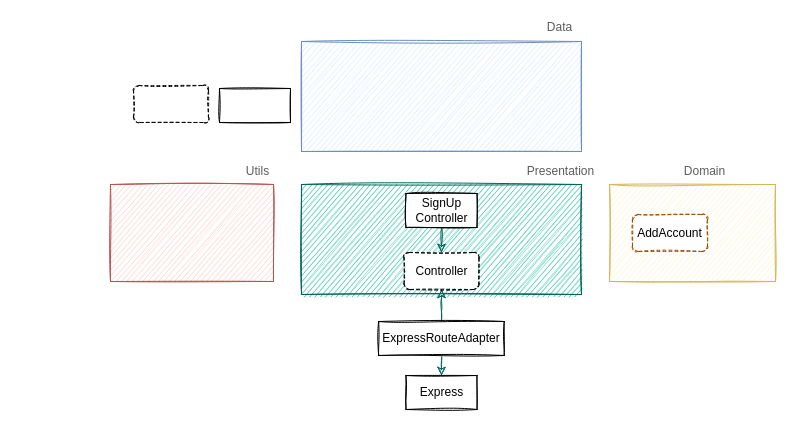
The draw.io diagram Untitled Diagram.drawio in alioshr/Alioshr, before the edit. Source tidied: cells renumbered, new cells numbered last; positions are measured from the earlier drawing's top-left corner, leaving out a move shared by most shapes. Both pictures are drawn from the tidied source at 100%, with x=0, y=0 at pixel (110, 17).
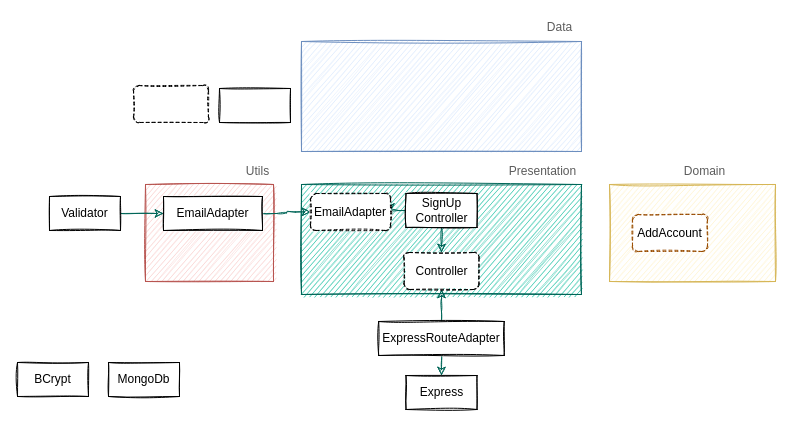
The same page after the edit.

Unchanged cells that the change refers to:
```xml
<mxCell id="18" value="SignUp Controller" style="rounded=0;whiteSpace=wrap;html=1;sketch=1;" parent="1" vertex="1">
  <mxGeometry x="295.5" y="176" width="71" height="34" as="geometry" />
</mxCell>
```

Diff of the diagram source:
```diff
@@
     <mxCell id="3" value="Presentation" style="text;html=1;align=center;verticalAlign=middle;strokeColor=none;fontColor=#5C5C5C;" parent="1" vertex="1">
-      <mxGeometry x="411" y="145" width="77" height="18" as="geometry" />
+      <mxGeometry x="393.8" y="145" width="77" height="18" as="geometry" />
     </mxCell>
@@
     <mxCell id="7" style="rounded=0;whiteSpace=wrap;html=1;sketch=1;strokeColor=#b85450;fillColor=#f8cecc;" parent="1" vertex="1">
-      <mxGeometry y="167" width="163" height="97" as="geometry" />
+      <mxGeometry x="35" y="167" width="128" height="97" as="geometry" />
     </mxCell>
@@
+    <mxCell id="20" style="edgeStyle=orthogonalEdgeStyle;rounded=1;sketch=1;jettySize=auto;html=1;exitX=0;exitY=0.5;exitDx=0;exitDy=0;entryX=1;entryY=0.5;entryDx=0;entryDy=0;fontColor=#5C5C5C;strokeColor=#006658;fillColor=#21C0A5;" parent="1" edge="1" source="18" target="27">
+      <mxGeometry relative="1" as="geometry" />
+    </mxCell>
@@
+    <mxCell id="21" value="MongoDb" style="rounded=0;whiteSpace=wrap;html=1;sketch=1;" parent="1" vertex="1">
+      <mxGeometry x="-2" y="345" width="71" height="34" as="geometry" />
+    </mxCell>
+    <mxCell id="22" style="edgeStyle=orthogonalEdgeStyle;rounded=1;sketch=1;jettySize=auto;html=1;exitX=1;exitY=0.5;exitDx=0;exitDy=0;fontColor=#5C5C5C;strokeColor=#006658;fillColor=#21C0A5;" parent="1" edge="1" source="23" target="26">
+      <mxGeometry relative="1" as="geometry" />
+    </mxCell>
+    <mxCell id="23" value="Validator" style="rounded=0;whiteSpace=wrap;html=1;sketch=1;" parent="1" vertex="1">
+      <mxGeometry x="-61" y="179" width="71" height="34" as="geometry" />
+    </mxCell>
+    <mxCell id="24" value="BCrypt" style="rounded=0;whiteSpace=wrap;html=1;sketch=1;" parent="1" vertex="1">
+      <mxGeometry x="-93" y="345" width="71" height="34" as="geometry" />
+    </mxCell>
+    <mxCell id="25" style="edgeStyle=orthogonalEdgeStyle;rounded=1;sketch=1;jettySize=auto;html=1;exitX=1;exitY=0.5;exitDx=0;exitDy=0;fontColor=#5C5C5C;strokeColor=#006658;fillColor=#21C0A5;" parent="1" edge="1" source="26" target="27">
+      <mxGeometry relative="1" as="geometry" />
+    </mxCell>
+    <mxCell id="26" value="EmailAdapter" style="rounded=0;whiteSpace=wrap;html=1;sketch=1;" parent="1" vertex="1">
+      <mxGeometry x="53" y="179" width="99" height="34" as="geometry" />
+    </mxCell>
+    <mxCell id="27" value="EmailAdapter" style="rounded=1;whiteSpace=wrap;html=1;sketch=1;dashed=1;shadow=0;" parent="1" vertex="1">
+      <mxGeometry x="200" y="176" width="80" height="37" as="geometry" />
+    </mxCell>
```
